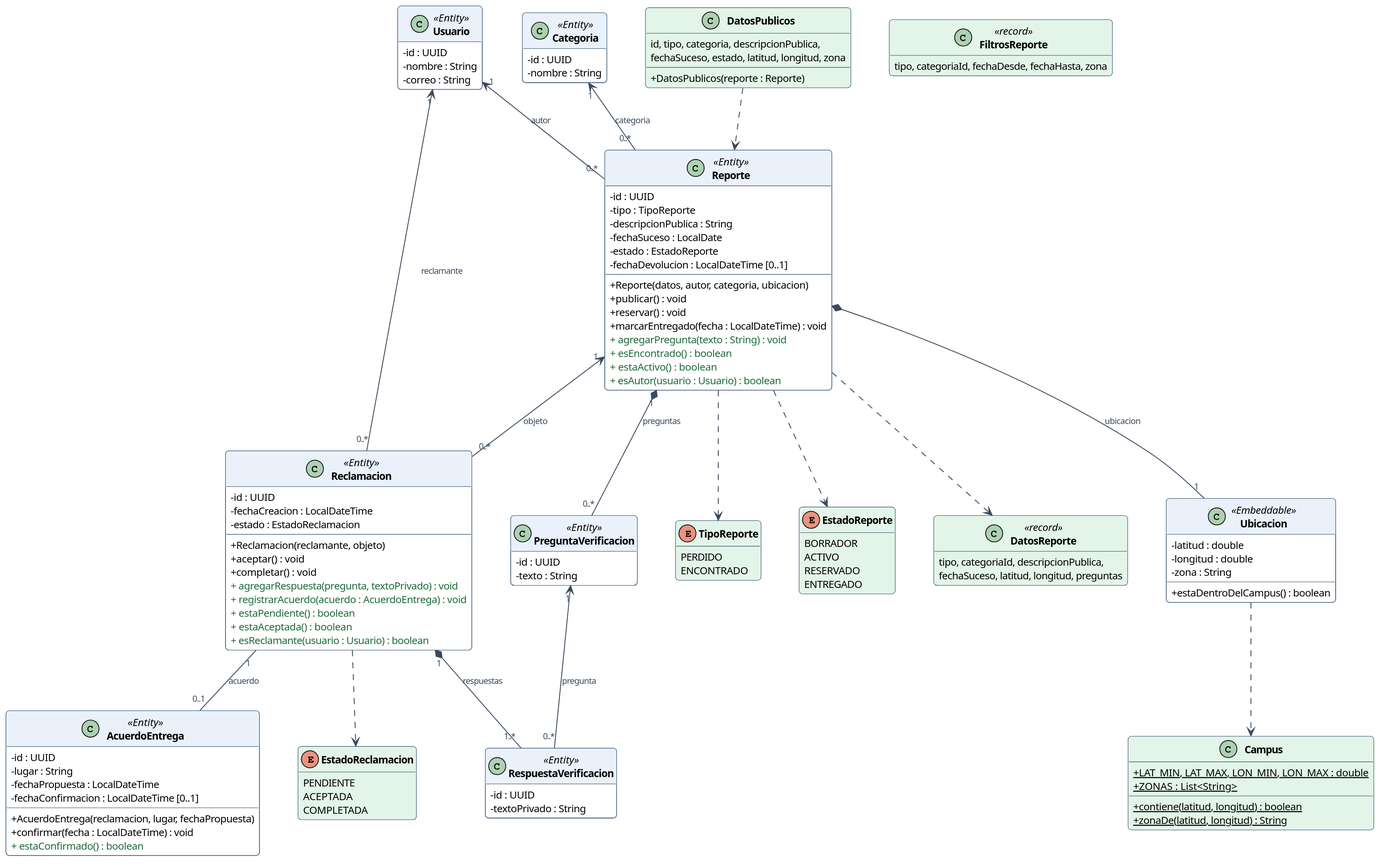
This is docs/modelos/img/clases-modelo.svg from JoelAlexanderProg/GR05_1BT3_622_26B, a PlantUML export, as it was before one commit.
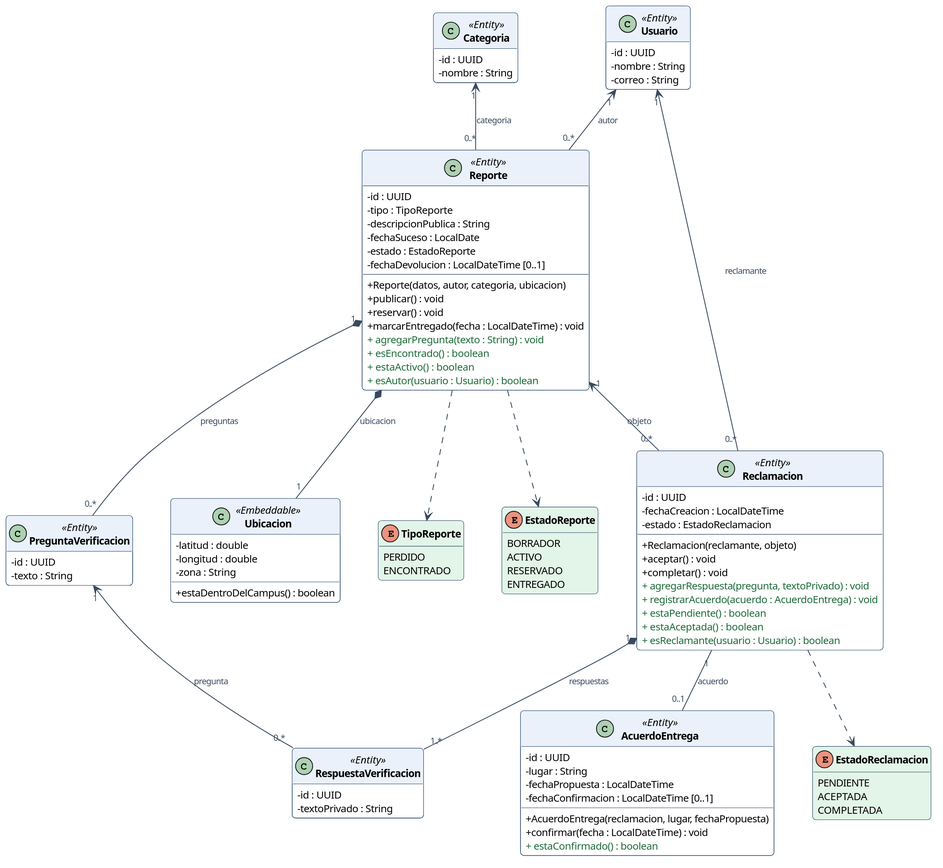
Above is the later version.

The edit, as a diff of the source:
```diff
@@ -89,25 +89,6 @@
   COMPLETADA
 }
 
-class Campus #E3F4E8 {
-  + {static} LAT_MIN, LAT_MAX, LON_MIN, LON_MAX : double
-  + {static} ZONAS : List<String>
-  + {static} contiene(latitud, longitud) : boolean
-  + {static} zonaDe(latitud, longitud) : String
-}
-class DatosReporte <<record>> #E3F4E8 {
-  tipo, categoriaId, descripcionPublica,
-  fechaSuceso, latitud, longitud, preguntas
-}
-class FiltrosReporte <<record>> #E3F4E8 {
-  tipo, categoriaId, fechaDesde, fechaHasta, zona
-}
-class DatosPublicos #E3F4E8 {
-  id, tipo, categoria, descripcionPublica,
-  fechaSuceso, estado, latitud, longitud, zona
-  + DatosPublicos(reporte : Reporte)
-}
-
 Usuario "1" <-- "0..*" Reporte : autor
 Categoria "1" <-- "0..*" Reporte : categoria
 Reporte *-- "1" Ubicacion : ubicacion
@@ -121,7 +102,4 @@
 Reporte ..> TipoReporte
 Reporte ..> EstadoReporte
 Reclamacion ..> EstadoReclamacion
-Ubicacion ..> Campus
-Reporte ..> DatosReporte
-DatosPublicos ..> Reporte
 @enduml
```
